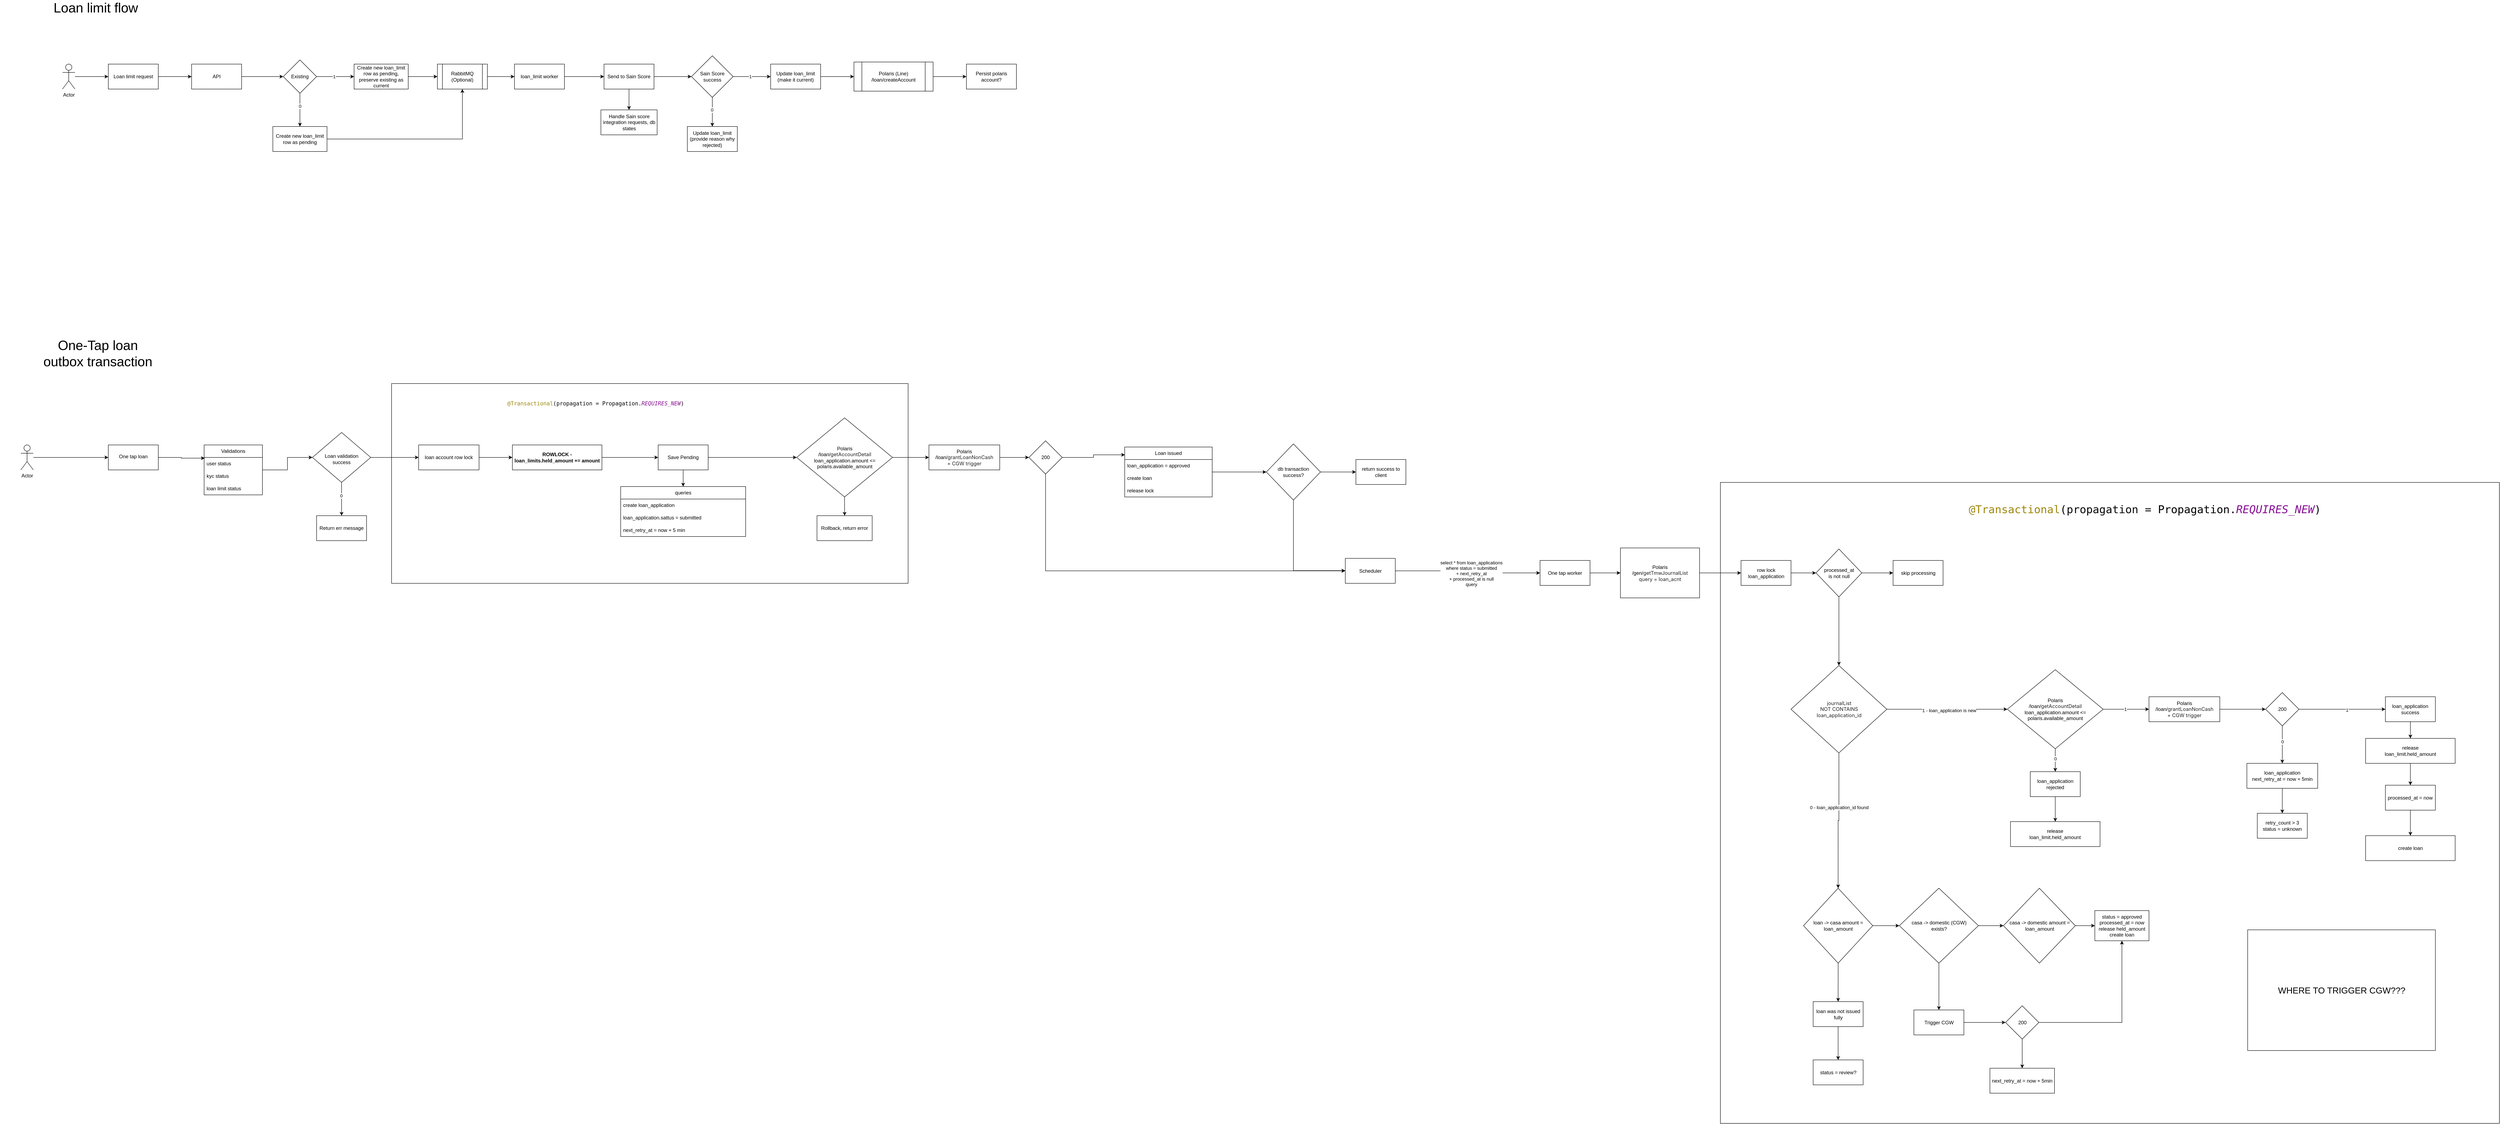
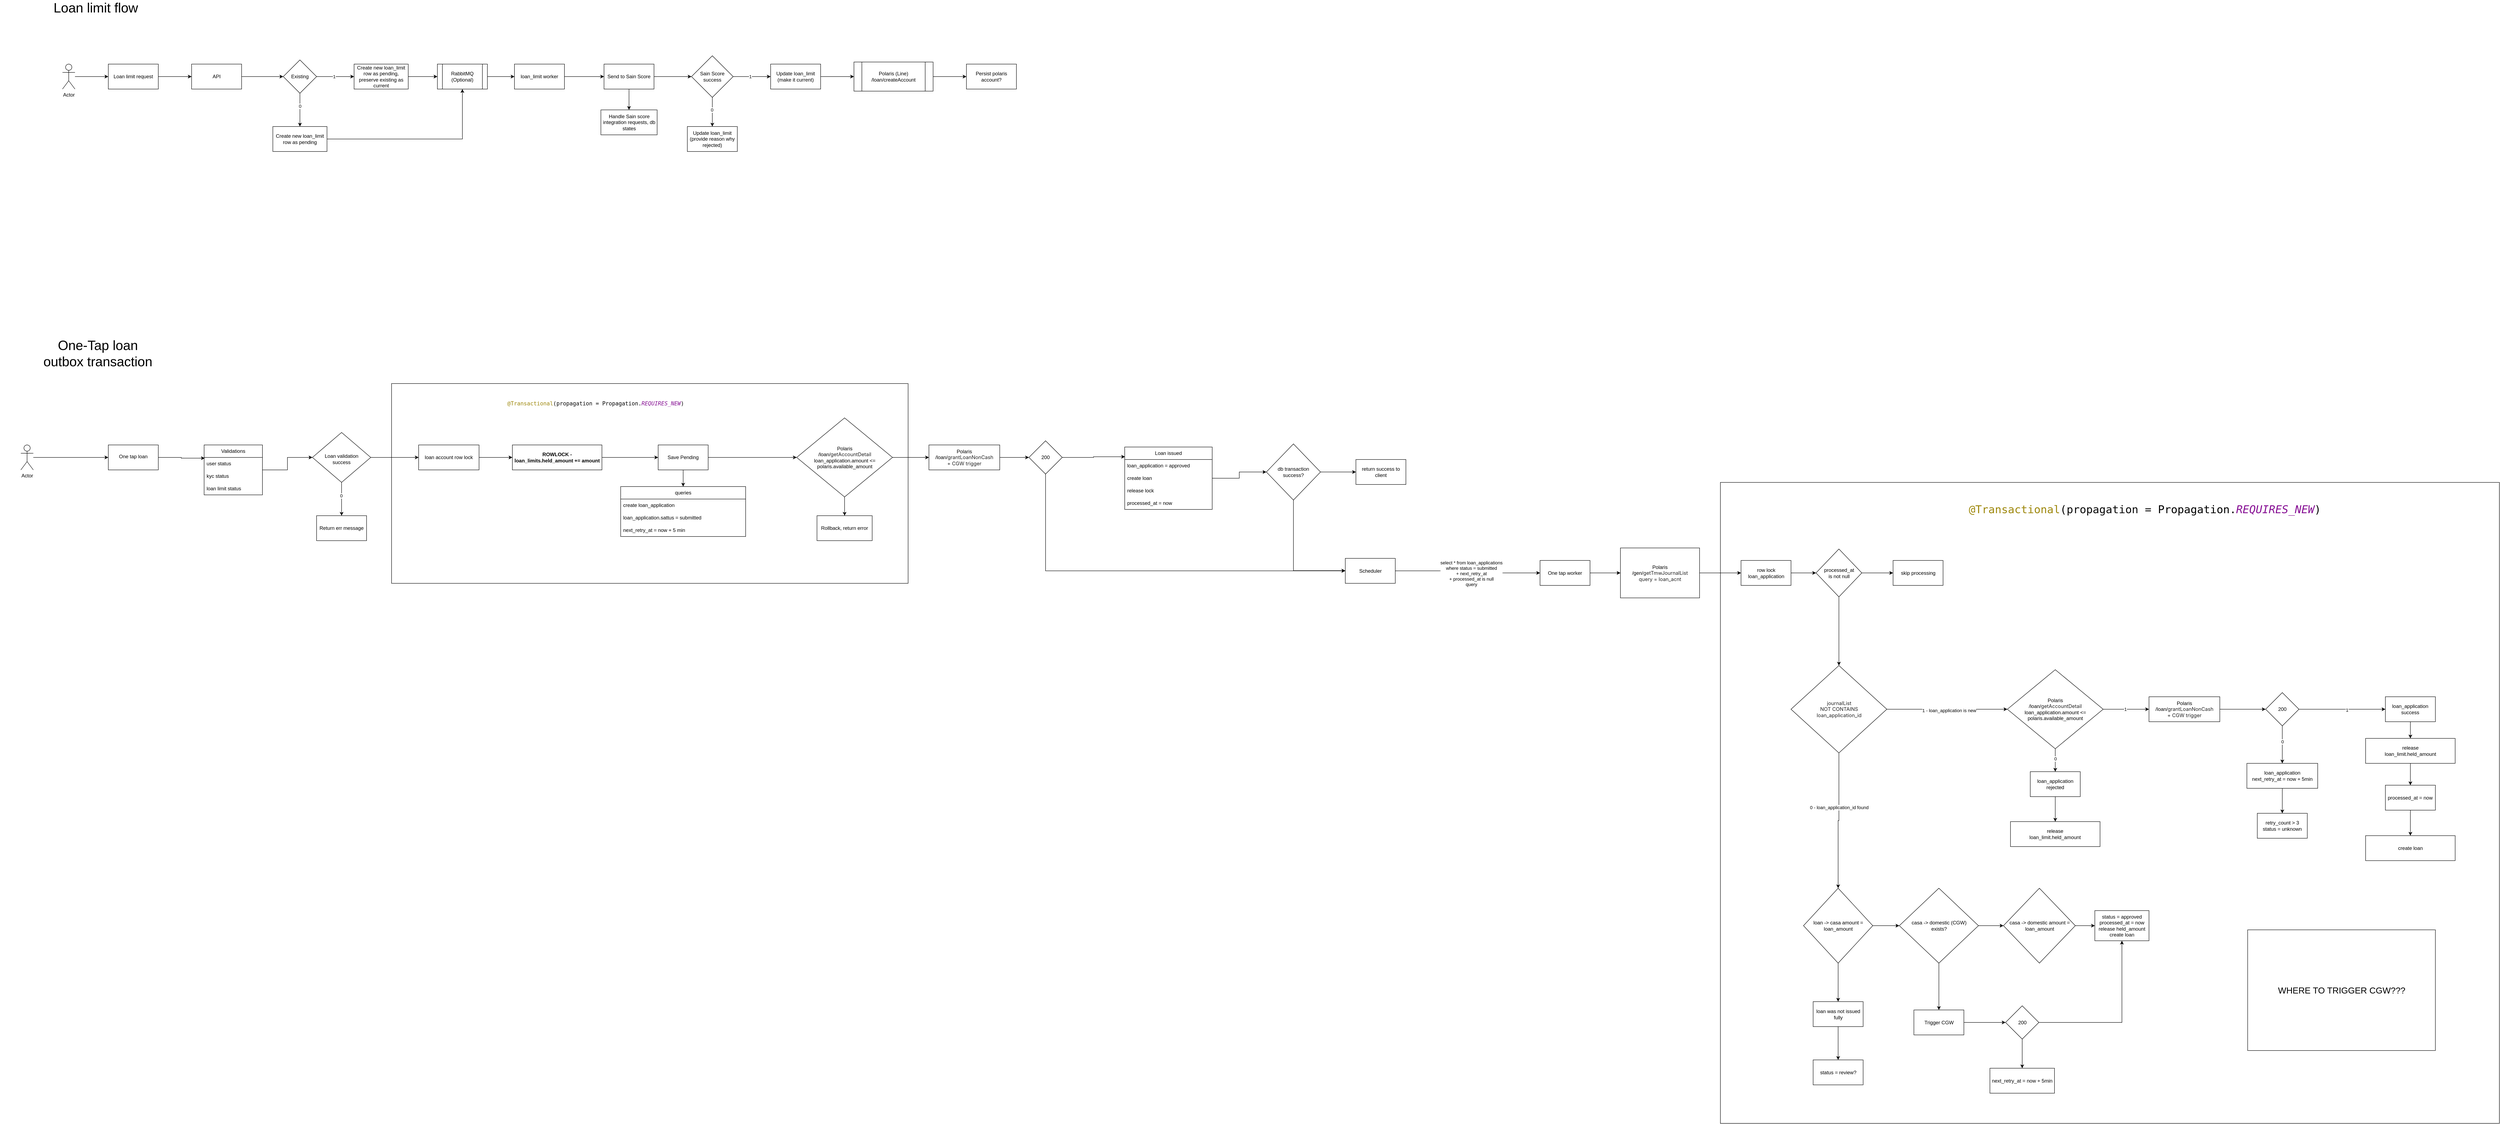
<mxfile host="app.diagrams.net">
  <diagram name="Page-1" id="VCBSuIh8bz7kurrQ0Zaz">
    <mxGraphModel dx="2425" dy="921" grid="1" gridSize="10" guides="1" tooltips="1" connect="1" arrows="1" fold="1" page="1" pageScale="1" pageWidth="850" pageHeight="1100" math="0" shadow="0">
      <root>
        <mxCell id="0" />
        <mxCell id="1" parent="0" />
        <mxCell id="In8fDh9ZLN2M87an2Miy-188" parent="1" style="rounded=0;whiteSpace=wrap;html=1;" value="" vertex="1">
          <mxGeometry height="1540" width="1870" x="4020" y="1215" as="geometry" />
        </mxCell>
        <mxCell id="In8fDh9ZLN2M87an2Miy-172" parent="1" style="rounded=0;whiteSpace=wrap;html=1;" value="" vertex="1">
          <mxGeometry height="480" width="1240" x="830" y="977.5" as="geometry" />
        </mxCell>
        <mxCell id="KqixbsF9o6dLofBvsG9t-5" edge="1" parent="1" source="KqixbsF9o6dLofBvsG9t-1" style="edgeStyle=orthogonalEdgeStyle;rounded=0;orthogonalLoop=1;jettySize=auto;html=1;" target="KqixbsF9o6dLofBvsG9t-4" value="">
          <mxGeometry relative="1" as="geometry" />
        </mxCell>
        <mxCell id="KqixbsF9o6dLofBvsG9t-1" parent="1" style="rounded=0;whiteSpace=wrap;html=1;" value="Loan limit request" vertex="1">
          <mxGeometry height="60" width="120" x="150" y="210" as="geometry" />
        </mxCell>
        <mxCell id="KqixbsF9o6dLofBvsG9t-3" edge="1" parent="1" source="KqixbsF9o6dLofBvsG9t-2" style="edgeStyle=orthogonalEdgeStyle;rounded=0;orthogonalLoop=1;jettySize=auto;html=1;" target="KqixbsF9o6dLofBvsG9t-1" value="">
          <mxGeometry relative="1" as="geometry" />
        </mxCell>
        <mxCell id="KqixbsF9o6dLofBvsG9t-2" parent="1" style="shape=umlActor;verticalLabelPosition=bottom;verticalAlign=top;html=1;outlineConnect=0;" value="Actor" vertex="1">
          <mxGeometry height="60" width="30" x="40" y="210" as="geometry" />
        </mxCell>
        <mxCell id="KqixbsF9o6dLofBvsG9t-9" edge="1" parent="1" source="KqixbsF9o6dLofBvsG9t-4" style="edgeStyle=orthogonalEdgeStyle;rounded=0;orthogonalLoop=1;jettySize=auto;html=1;" target="KqixbsF9o6dLofBvsG9t-8" value="">
          <mxGeometry relative="1" as="geometry" />
        </mxCell>
        <mxCell id="KqixbsF9o6dLofBvsG9t-4" parent="1" style="rounded=0;whiteSpace=wrap;html=1;" value="API" vertex="1">
          <mxGeometry height="60" width="120" x="350" y="210" as="geometry" />
        </mxCell>
        <mxCell id="KqixbsF9o6dLofBvsG9t-11" edge="1" parent="1" source="KqixbsF9o6dLofBvsG9t-8" style="edgeStyle=orthogonalEdgeStyle;rounded=0;orthogonalLoop=1;jettySize=auto;html=1;" target="KqixbsF9o6dLofBvsG9t-10" value="">
          <mxGeometry relative="1" as="geometry" />
        </mxCell>
        <mxCell id="KqixbsF9o6dLofBvsG9t-12" connectable="0" parent="KqixbsF9o6dLofBvsG9t-11" style="edgeLabel;html=1;align=center;verticalAlign=middle;resizable=0;points=[];" value="1" vertex="1">
          <mxGeometry relative="1" x="-0.079" as="geometry">
            <mxPoint as="offset" />
          </mxGeometry>
        </mxCell>
        <mxCell id="KqixbsF9o6dLofBvsG9t-14" edge="1" parent="1" source="KqixbsF9o6dLofBvsG9t-8" style="edgeStyle=orthogonalEdgeStyle;rounded=0;orthogonalLoop=1;jettySize=auto;html=1;" target="KqixbsF9o6dLofBvsG9t-13" value="">
          <mxGeometry relative="1" as="geometry" />
        </mxCell>
        <mxCell id="KqixbsF9o6dLofBvsG9t-15" connectable="0" parent="KqixbsF9o6dLofBvsG9t-14" style="edgeLabel;html=1;align=center;verticalAlign=middle;resizable=0;points=[];" value="0" vertex="1">
          <mxGeometry relative="1" x="-0.2407" as="geometry">
            <mxPoint as="offset" />
          </mxGeometry>
        </mxCell>
        <mxCell id="KqixbsF9o6dLofBvsG9t-8" parent="1" style="rhombus;whiteSpace=wrap;html=1;rounded=0;" value="Existing" vertex="1">
          <mxGeometry height="80" width="80" x="570" y="200" as="geometry" />
        </mxCell>
        <mxCell id="KqixbsF9o6dLofBvsG9t-23" edge="1" parent="1" source="KqixbsF9o6dLofBvsG9t-10" style="edgeStyle=orthogonalEdgeStyle;rounded=0;orthogonalLoop=1;jettySize=auto;html=1;" target="KqixbsF9o6dLofBvsG9t-22" value="">
          <mxGeometry relative="1" as="geometry" />
        </mxCell>
        <mxCell id="KqixbsF9o6dLofBvsG9t-10" parent="1" style="whiteSpace=wrap;html=1;rounded=0;" value="Create new loan_limit row as pending, preserve existing as current" vertex="1">
          <mxGeometry height="60" width="130" x="740" y="210" as="geometry" />
        </mxCell>
        <mxCell id="KqixbsF9o6dLofBvsG9t-26" edge="1" parent="1" source="KqixbsF9o6dLofBvsG9t-13" style="edgeStyle=orthogonalEdgeStyle;rounded=0;orthogonalLoop=1;jettySize=auto;html=1;entryX=0.5;entryY=1;entryDx=0;entryDy=0;" target="KqixbsF9o6dLofBvsG9t-22">
          <mxGeometry relative="1" as="geometry" />
        </mxCell>
        <mxCell id="KqixbsF9o6dLofBvsG9t-13" parent="1" style="whiteSpace=wrap;html=1;rounded=0;" value="Create new loan_limit row as pending" vertex="1">
          <mxGeometry height="60" width="130" x="545" y="360" as="geometry" />
        </mxCell>
        <mxCell id="KqixbsF9o6dLofBvsG9t-25" edge="1" parent="1" source="KqixbsF9o6dLofBvsG9t-22" style="edgeStyle=orthogonalEdgeStyle;rounded=0;orthogonalLoop=1;jettySize=auto;html=1;" target="KqixbsF9o6dLofBvsG9t-24" value="">
          <mxGeometry relative="1" as="geometry" />
        </mxCell>
        <mxCell id="KqixbsF9o6dLofBvsG9t-22" parent="1" style="shape=process;whiteSpace=wrap;html=1;backgroundOutline=1;rounded=0;" value="RabbitMQ (Optional)" vertex="1">
          <mxGeometry height="60" width="120" x="940" y="210" as="geometry" />
        </mxCell>
        <mxCell id="KqixbsF9o6dLofBvsG9t-28" edge="1" parent="1" source="KqixbsF9o6dLofBvsG9t-24" style="edgeStyle=orthogonalEdgeStyle;rounded=0;orthogonalLoop=1;jettySize=auto;html=1;" target="KqixbsF9o6dLofBvsG9t-27" value="">
          <mxGeometry relative="1" as="geometry" />
        </mxCell>
        <mxCell id="KqixbsF9o6dLofBvsG9t-24" parent="1" style="whiteSpace=wrap;html=1;rounded=0;" value="loan_limit worker" vertex="1">
          <mxGeometry height="60" width="120" x="1125" y="210" as="geometry" />
        </mxCell>
        <mxCell id="KqixbsF9o6dLofBvsG9t-30" edge="1" parent="1" source="KqixbsF9o6dLofBvsG9t-27" style="edgeStyle=orthogonalEdgeStyle;rounded=0;orthogonalLoop=1;jettySize=auto;html=1;" target="KqixbsF9o6dLofBvsG9t-29" value="">
          <mxGeometry relative="1" as="geometry" />
        </mxCell>
        <mxCell id="KqixbsF9o6dLofBvsG9t-38" edge="1" parent="1" source="KqixbsF9o6dLofBvsG9t-27" style="edgeStyle=orthogonalEdgeStyle;rounded=0;orthogonalLoop=1;jettySize=auto;html=1;" target="KqixbsF9o6dLofBvsG9t-37" value="">
          <mxGeometry relative="1" as="geometry" />
        </mxCell>
        <mxCell id="KqixbsF9o6dLofBvsG9t-27" parent="1" style="whiteSpace=wrap;html=1;rounded=0;" value="Send to Sain Score" vertex="1">
          <mxGeometry height="60" width="120" x="1340" y="210" as="geometry" />
        </mxCell>
        <mxCell id="KqixbsF9o6dLofBvsG9t-32" edge="1" parent="1" source="KqixbsF9o6dLofBvsG9t-29" style="edgeStyle=orthogonalEdgeStyle;rounded=0;orthogonalLoop=1;jettySize=auto;html=1;" target="KqixbsF9o6dLofBvsG9t-31" value="">
          <mxGeometry relative="1" as="geometry" />
        </mxCell>
        <mxCell id="KqixbsF9o6dLofBvsG9t-33" connectable="0" parent="KqixbsF9o6dLofBvsG9t-32" style="edgeLabel;html=1;align=center;verticalAlign=middle;resizable=0;points=[];" value="1" vertex="1">
          <mxGeometry relative="1" x="-0.1048" as="geometry">
            <mxPoint as="offset" />
          </mxGeometry>
        </mxCell>
        <mxCell id="KqixbsF9o6dLofBvsG9t-35" edge="1" parent="1" source="KqixbsF9o6dLofBvsG9t-29" style="edgeStyle=orthogonalEdgeStyle;rounded=0;orthogonalLoop=1;jettySize=auto;html=1;" target="KqixbsF9o6dLofBvsG9t-34" value="">
          <mxGeometry relative="1" as="geometry" />
        </mxCell>
        <mxCell id="KqixbsF9o6dLofBvsG9t-36" connectable="0" parent="KqixbsF9o6dLofBvsG9t-35" style="edgeLabel;html=1;align=center;verticalAlign=middle;resizable=0;points=[];" value="0" vertex="1">
          <mxGeometry relative="1" x="-0.1429" y="-1" as="geometry">
            <mxPoint as="offset" />
          </mxGeometry>
        </mxCell>
        <mxCell id="KqixbsF9o6dLofBvsG9t-29" parent="1" style="rhombus;whiteSpace=wrap;html=1;rounded=0;" value="Sain Score success" vertex="1">
          <mxGeometry height="100" width="100" x="1550" y="190" as="geometry" />
        </mxCell>
        <mxCell id="KqixbsF9o6dLofBvsG9t-66" edge="1" parent="1" source="KqixbsF9o6dLofBvsG9t-31" style="edgeStyle=orthogonalEdgeStyle;rounded=0;orthogonalLoop=1;jettySize=auto;html=1;" target="KqixbsF9o6dLofBvsG9t-65" value="">
          <mxGeometry relative="1" as="geometry" />
        </mxCell>
        <mxCell id="KqixbsF9o6dLofBvsG9t-31" parent="1" style="whiteSpace=wrap;html=1;rounded=0;" value="Update loan_limit (make it current)" vertex="1">
          <mxGeometry height="60" width="120" x="1740" y="210" as="geometry" />
        </mxCell>
        <mxCell id="KqixbsF9o6dLofBvsG9t-34" parent="1" style="whiteSpace=wrap;html=1;rounded=0;" value="Update loan_limit&lt;br&gt;(provide reason why rejected)" vertex="1">
          <mxGeometry height="60" width="120" x="1540" y="360" as="geometry" />
        </mxCell>
        <mxCell id="KqixbsF9o6dLofBvsG9t-37" parent="1" style="whiteSpace=wrap;html=1;rounded=0;" value="Handle Sain score integration requests, db states" vertex="1">
          <mxGeometry height="60" width="135" x="1332.5" y="320" as="geometry" />
        </mxCell>
        <mxCell id="KqixbsF9o6dLofBvsG9t-40" parent="1" style="text;html=1;whiteSpace=wrap;strokeColor=none;fillColor=none;align=center;verticalAlign=middle;rounded=0;fontSize=32;" value="Loan limit flow" vertex="1">
          <mxGeometry height="30" width="260" x="-10" y="60" as="geometry" />
        </mxCell>
        <mxCell id="KqixbsF9o6dLofBvsG9t-74" edge="1" parent="1" source="KqixbsF9o6dLofBvsG9t-65" style="edgeStyle=orthogonalEdgeStyle;rounded=0;orthogonalLoop=1;jettySize=auto;html=1;" target="KqixbsF9o6dLofBvsG9t-73" value="">
          <mxGeometry relative="1" as="geometry" />
        </mxCell>
        <mxCell id="KqixbsF9o6dLofBvsG9t-65" parent="1" style="shape=process;whiteSpace=wrap;html=1;backgroundOutline=1;rounded=0;" value="Polaris (Line)&lt;br&gt;/loan/createAccount" vertex="1">
          <mxGeometry height="70" width="190" x="1940" y="205" as="geometry" />
        </mxCell>
        <mxCell id="KqixbsF9o6dLofBvsG9t-73" parent="1" style="whiteSpace=wrap;html=1;rounded=0;" value="Persist polaris account?" vertex="1">
          <mxGeometry height="60" width="120" x="2210" y="210" as="geometry" />
        </mxCell>
        <mxCell id="U8Ajh8Gpa-m2DNKNFQys-1" parent="1" style="text;html=1;whiteSpace=wrap;strokeColor=none;fillColor=none;align=center;verticalAlign=middle;rounded=0;fontSize=32;" value="One-Tap loan&lt;br&gt;outbox transaction" vertex="1">
          <mxGeometry height="30" width="470" x="-110" y="890" as="geometry" />
        </mxCell>
        <mxCell id="In8fDh9ZLN2M87an2Miy-1" edge="1" parent="1" source="In8fDh9ZLN2M87an2Miy-2" style="edgeStyle=orthogonalEdgeStyle;rounded=0;orthogonalLoop=1;jettySize=auto;html=1;" target="In8fDh9ZLN2M87an2Miy-4" value="">
          <mxGeometry relative="1" as="geometry" />
        </mxCell>
        <mxCell id="In8fDh9ZLN2M87an2Miy-2" parent="1" style="shape=umlActor;verticalLabelPosition=bottom;verticalAlign=top;html=1;outlineConnect=0;" value="Actor" vertex="1">
          <mxGeometry height="60" width="30" x="-60" y="1125" as="geometry" />
        </mxCell>
        <mxCell id="In8fDh9ZLN2M87an2Miy-3" edge="1" parent="1" source="In8fDh9ZLN2M87an2Miy-4" style="edgeStyle=orthogonalEdgeStyle;rounded=0;orthogonalLoop=1;jettySize=auto;html=1;entryX=0.011;entryY=0.06;entryDx=0;entryDy=0;entryPerimeter=0;" target="In8fDh9ZLN2M87an2Miy-28" value="">
          <mxGeometry relative="1" as="geometry">
            <mxPoint x="360" y="1155" as="targetPoint" />
          </mxGeometry>
        </mxCell>
        <mxCell id="In8fDh9ZLN2M87an2Miy-4" parent="1" style="whiteSpace=wrap;html=1;verticalAlign=top;" value="&lt;div&gt;&lt;br&gt;&lt;/div&gt;&lt;div&gt;One tap loan&lt;/div&gt;" vertex="1">
          <mxGeometry height="60" width="120" x="150" y="1125" as="geometry" />
        </mxCell>
        <mxCell id="In8fDh9ZLN2M87an2Miy-7" edge="1" parent="1" source="In8fDh9ZLN2M87an2Miy-9" style="edgeStyle=orthogonalEdgeStyle;rounded=0;orthogonalLoop=1;jettySize=auto;html=1;" target="In8fDh9ZLN2M87an2Miy-13" value="">
          <mxGeometry relative="1" as="geometry" />
        </mxCell>
        <mxCell id="In8fDh9ZLN2M87an2Miy-8" connectable="0" parent="In8fDh9ZLN2M87an2Miy-7" style="edgeLabel;html=1;align=center;verticalAlign=middle;resizable=0;points=[];" value="0" vertex="1">
          <mxGeometry relative="1" x="-0.2091" y="-1" as="geometry">
            <mxPoint as="offset" />
          </mxGeometry>
        </mxCell>
        <mxCell id="In8fDh9ZLN2M87an2Miy-163" edge="1" parent="1" source="In8fDh9ZLN2M87an2Miy-9" style="edgeStyle=orthogonalEdgeStyle;rounded=0;orthogonalLoop=1;jettySize=auto;html=1;entryX=0;entryY=0.5;entryDx=0;entryDy=0;" target="In8fDh9ZLN2M87an2Miy-161">
          <mxGeometry relative="1" as="geometry" />
        </mxCell>
        <mxCell id="In8fDh9ZLN2M87an2Miy-9" parent="1" style="rhombus;whiteSpace=wrap;html=1;verticalAlign=top;" value="&lt;br&gt;&lt;br&gt;&lt;div&gt;&lt;br&gt;&lt;/div&gt;&lt;div&gt;Loan validation&lt;br&gt;success&lt;/div&gt;" vertex="1">
          <mxGeometry height="120" width="140" x="640" y="1095" as="geometry" />
        </mxCell>
        <mxCell id="In8fDh9ZLN2M87an2Miy-10" edge="1" parent="1" source="In8fDh9ZLN2M87an2Miy-12" style="edgeStyle=orthogonalEdgeStyle;rounded=0;orthogonalLoop=1;jettySize=auto;html=1;entryX=0.5;entryY=0;entryDx=0;entryDy=0;" target="In8fDh9ZLN2M87an2Miy-14">
          <mxGeometry relative="1" as="geometry" />
        </mxCell>
        <mxCell id="In8fDh9ZLN2M87an2Miy-54" edge="1" parent="1" source="In8fDh9ZLN2M87an2Miy-105" style="edgeStyle=orthogonalEdgeStyle;rounded=0;orthogonalLoop=1;jettySize=auto;html=1;exitX=1;exitY=0.5;exitDx=0;exitDy=0;" target="In8fDh9ZLN2M87an2Miy-53" value="">
          <mxGeometry relative="1" as="geometry">
            <mxPoint x="3329.5" y="1432.5" as="sourcePoint" />
          </mxGeometry>
        </mxCell>
        <mxCell id="In8fDh9ZLN2M87an2Miy-55" connectable="0" parent="In8fDh9ZLN2M87an2Miy-54" style="edgeLabel;html=1;align=center;verticalAlign=middle;resizable=0;points=[];" value="select * from loan_applications&lt;br&gt;where status = submitted&lt;br&gt;+ next_retry_at&lt;br&gt;+ processed_at is null&lt;br&gt;query" vertex="1">
          <mxGeometry relative="1" x="0.0637" y="-1" as="geometry">
            <mxPoint as="offset" />
          </mxGeometry>
        </mxCell>
        <mxCell id="In8fDh9ZLN2M87an2Miy-173" edge="1" parent="1" source="In8fDh9ZLN2M87an2Miy-12" style="edgeStyle=orthogonalEdgeStyle;rounded=0;orthogonalLoop=1;jettySize=auto;html=1;entryX=0;entryY=0.5;entryDx=0;entryDy=0;" target="In8fDh9ZLN2M87an2Miy-152">
          <mxGeometry relative="1" as="geometry" />
        </mxCell>
        <mxCell id="In8fDh9ZLN2M87an2Miy-12" parent="1" style="whiteSpace=wrap;html=1;verticalAlign=middle;" value="Save Pending" vertex="1">
          <mxGeometry height="60" width="120" x="1470" y="1125" as="geometry" />
        </mxCell>
        <mxCell id="In8fDh9ZLN2M87an2Miy-13" parent="1" style="whiteSpace=wrap;html=1;verticalAlign=middle;" value="Return err message" vertex="1">
          <mxGeometry height="60" width="120" x="650" y="1295" as="geometry" />
        </mxCell>
        <mxCell id="In8fDh9ZLN2M87an2Miy-14" parent="1" style="swimlane;fontStyle=0;childLayout=stackLayout;horizontal=1;startSize=30;horizontalStack=0;resizeParent=1;resizeParentMax=0;resizeLast=0;collapsible=1;marginBottom=0;whiteSpace=wrap;html=1;" value="queries" vertex="1">
          <mxGeometry height="120" width="300" x="1380" y="1225" as="geometry" />
        </mxCell>
        <mxCell id="In8fDh9ZLN2M87an2Miy-15" parent="In8fDh9ZLN2M87an2Miy-14" style="text;strokeColor=none;fillColor=none;align=left;verticalAlign=middle;spacingLeft=4;spacingRight=4;overflow=hidden;points=[[0,0.5],[1,0.5]];portConstraint=eastwest;rotatable=0;whiteSpace=wrap;html=1;" value="create loan_application" vertex="1">
          <mxGeometry height="30" width="300" y="30" as="geometry" />
        </mxCell>
        <mxCell id="In8fDh9ZLN2M87an2Miy-104" parent="In8fDh9ZLN2M87an2Miy-14" style="text;strokeColor=none;fillColor=none;align=left;verticalAlign=middle;spacingLeft=4;spacingRight=4;overflow=hidden;points=[[0,0.5],[1,0.5]];portConstraint=eastwest;rotatable=0;whiteSpace=wrap;html=1;" value="loan_application.sattus = submitted" vertex="1">
          <mxGeometry height="30" width="300" y="60" as="geometry" />
        </mxCell>
        <mxCell id="In8fDh9ZLN2M87an2Miy-17" parent="In8fDh9ZLN2M87an2Miy-14" style="text;strokeColor=none;fillColor=none;align=left;verticalAlign=middle;spacingLeft=4;spacingRight=4;overflow=hidden;points=[[0,0.5],[1,0.5]];portConstraint=eastwest;rotatable=0;whiteSpace=wrap;html=1;" value="next_retry_at = now + 5 min" vertex="1">
          <mxGeometry height="30" width="300" y="90" as="geometry" />
        </mxCell>
        <mxCell id="In8fDh9ZLN2M87an2Miy-32" edge="1" parent="1" source="In8fDh9ZLN2M87an2Miy-27" style="edgeStyle=orthogonalEdgeStyle;rounded=0;orthogonalLoop=1;jettySize=auto;html=1;entryX=0;entryY=0.5;entryDx=0;entryDy=0;" target="In8fDh9ZLN2M87an2Miy-9">
          <mxGeometry relative="1" as="geometry" />
        </mxCell>
        <mxCell id="In8fDh9ZLN2M87an2Miy-27" parent="1" style="swimlane;fontStyle=0;childLayout=stackLayout;horizontal=1;startSize=30;horizontalStack=0;resizeParent=1;resizeParentMax=0;resizeLast=0;collapsible=1;marginBottom=0;whiteSpace=wrap;html=1;" value="Validations" vertex="1">
          <mxGeometry height="120" width="140" x="380" y="1125" as="geometry" />
        </mxCell>
        <mxCell id="In8fDh9ZLN2M87an2Miy-28" parent="In8fDh9ZLN2M87an2Miy-27" style="text;strokeColor=none;fillColor=none;align=left;verticalAlign=middle;spacingLeft=4;spacingRight=4;overflow=hidden;points=[[0,0.5],[1,0.5]];portConstraint=eastwest;rotatable=0;whiteSpace=wrap;html=1;" value="user status" vertex="1">
          <mxGeometry height="30" width="140" y="30" as="geometry" />
        </mxCell>
        <mxCell id="In8fDh9ZLN2M87an2Miy-29" parent="In8fDh9ZLN2M87an2Miy-27" style="text;strokeColor=none;fillColor=none;align=left;verticalAlign=middle;spacingLeft=4;spacingRight=4;overflow=hidden;points=[[0,0.5],[1,0.5]];portConstraint=eastwest;rotatable=0;whiteSpace=wrap;html=1;" value="kyc status" vertex="1">
          <mxGeometry height="30" width="140" y="60" as="geometry" />
        </mxCell>
        <mxCell id="In8fDh9ZLN2M87an2Miy-33" parent="In8fDh9ZLN2M87an2Miy-27" style="text;strokeColor=none;fillColor=none;align=left;verticalAlign=middle;spacingLeft=4;spacingRight=4;overflow=hidden;points=[[0,0.5],[1,0.5]];portConstraint=eastwest;rotatable=0;whiteSpace=wrap;html=1;" value="loan limit status" vertex="1">
          <mxGeometry height="30" width="140" y="90" as="geometry" />
        </mxCell>
        <mxCell id="In8fDh9ZLN2M87an2Miy-116" edge="1" parent="1" source="In8fDh9ZLN2M87an2Miy-53" style="edgeStyle=orthogonalEdgeStyle;rounded=0;orthogonalLoop=1;jettySize=auto;html=1;entryX=0;entryY=0.5;entryDx=0;entryDy=0;" target="In8fDh9ZLN2M87an2Miy-68">
          <mxGeometry relative="1" as="geometry" />
        </mxCell>
        <mxCell id="In8fDh9ZLN2M87an2Miy-53" parent="1" style="whiteSpace=wrap;html=1;" value="One tap worker" vertex="1">
          <mxGeometry height="60" width="120" x="3587" y="1402.5" as="geometry" />
        </mxCell>
        <mxCell id="In8fDh9ZLN2M87an2Miy-67" edge="1" parent="1" source="In8fDh9ZLN2M87an2Miy-58" style="edgeStyle=orthogonalEdgeStyle;rounded=0;orthogonalLoop=1;jettySize=auto;html=1;entryX=0;entryY=0.5;entryDx=0;entryDy=0;" target="In8fDh9ZLN2M87an2Miy-66" value="">
          <mxGeometry relative="1" as="geometry">
            <mxPoint x="5343.87" y="1760" as="targetPoint" />
          </mxGeometry>
        </mxCell>
        <mxCell id="In8fDh9ZLN2M87an2Miy-58" parent="1" style="whiteSpace=wrap;html=1;" value="Polaris /loan/&lt;span style=&quot;color: rgb(33, 33, 33); font-family: Inter, system-ui, -apple-system, &amp;quot;system-ui&amp;quot;, &amp;quot;Segoe UI&amp;quot;, Roboto, Oxygen, Ubuntu, Cantarell, &amp;quot;Fira Sans&amp;quot;, &amp;quot;Droid Sans&amp;quot;, Helvetica, Arial, sans-serif; text-align: left; white-space: pre-wrap; background-color: rgb(255, 255, 255);&quot;&gt;grantLoanNonCash&lt;br/&gt;+ CGW trigger&lt;/span&gt;" vertex="1">
          <mxGeometry height="60" width="170" x="5048.87" y="1730" as="geometry" />
        </mxCell>
        <mxCell id="In8fDh9ZLN2M87an2Miy-62" edge="1" parent="1" source="In8fDh9ZLN2M87an2Miy-59" style="edgeStyle=orthogonalEdgeStyle;rounded=0;orthogonalLoop=1;jettySize=auto;html=1;" target="In8fDh9ZLN2M87an2Miy-61" value="">
          <mxGeometry relative="1" as="geometry" />
        </mxCell>
        <mxCell id="In8fDh9ZLN2M87an2Miy-91" connectable="0" parent="In8fDh9ZLN2M87an2Miy-62" style="edgeLabel;html=1;align=center;verticalAlign=middle;resizable=0;points=[];" value="0" vertex="1">
          <mxGeometry relative="1" x="-0.1431" as="geometry">
            <mxPoint as="offset" />
          </mxGeometry>
        </mxCell>
        <mxCell id="In8fDh9ZLN2M87an2Miy-65" edge="1" parent="1" source="In8fDh9ZLN2M87an2Miy-59" style="edgeStyle=orthogonalEdgeStyle;rounded=0;orthogonalLoop=1;jettySize=auto;html=1;" target="In8fDh9ZLN2M87an2Miy-58">
          <mxGeometry relative="1" as="geometry" />
        </mxCell>
        <mxCell id="In8fDh9ZLN2M87an2Miy-90" connectable="0" parent="In8fDh9ZLN2M87an2Miy-65" style="edgeLabel;html=1;align=center;verticalAlign=middle;resizable=0;points=[];" value="1" vertex="1">
          <mxGeometry relative="1" x="-0.0451" as="geometry">
            <mxPoint as="offset" />
          </mxGeometry>
        </mxCell>
        <mxCell id="In8fDh9ZLN2M87an2Miy-59" parent="1" style="rhombus;whiteSpace=wrap;html=1;" value="Polaris&lt;br&gt;/loan/&lt;span style=&quot;color: rgb(33, 33, 33); font-family: Inter, system-ui, -apple-system, &amp;quot;system-ui&amp;quot;, &amp;quot;Segoe UI&amp;quot;, Roboto, Oxygen, Ubuntu, Cantarell, &amp;quot;Fira Sans&amp;quot;, &amp;quot;Droid Sans&amp;quot;, Helvetica, Arial, sans-serif; text-align: left; white-space: pre-wrap; background-color: rgb(255, 255, 255);&quot;&gt;getAccountDetail&lt;/span&gt;&lt;br&gt;loan_application.amount &amp;lt;= polaris.available_amount" vertex="1">
          <mxGeometry height="190" width="230" x="4708.87" y="1665" as="geometry" />
        </mxCell>
        <mxCell id="In8fDh9ZLN2M87an2Miy-64" edge="1" parent="1" source="In8fDh9ZLN2M87an2Miy-61" style="edgeStyle=orthogonalEdgeStyle;rounded=0;orthogonalLoop=1;jettySize=auto;html=1;" target="In8fDh9ZLN2M87an2Miy-63" value="">
          <mxGeometry relative="1" as="geometry" />
        </mxCell>
        <mxCell id="In8fDh9ZLN2M87an2Miy-61" parent="1" style="whiteSpace=wrap;html=1;" value="loan_application&lt;br&gt;rejected" vertex="1">
          <mxGeometry height="60" width="120" x="4763.87" y="1910" as="geometry" />
        </mxCell>
        <mxCell id="In8fDh9ZLN2M87an2Miy-63" parent="1" style="whiteSpace=wrap;html=1;" value="release &lt;br&gt;loan_limit.held_amount" vertex="1">
          <mxGeometry height="60" width="215" x="4716.37" y="2030" as="geometry" />
        </mxCell>
        <mxCell id="In8fDh9ZLN2M87an2Miy-81" edge="1" parent="1" source="In8fDh9ZLN2M87an2Miy-66" style="edgeStyle=orthogonalEdgeStyle;rounded=0;orthogonalLoop=1;jettySize=auto;html=1;entryX=0;entryY=0.5;entryDx=0;entryDy=0;" target="In8fDh9ZLN2M87an2Miy-79">
          <mxGeometry relative="1" as="geometry" />
        </mxCell>
        <mxCell id="In8fDh9ZLN2M87an2Miy-92" connectable="0" parent="In8fDh9ZLN2M87an2Miy-81" style="edgeLabel;html=1;align=center;verticalAlign=middle;resizable=0;points=[];" value="1" vertex="1">
          <mxGeometry relative="1" x="0.1055" y="-2" as="geometry">
            <mxPoint as="offset" />
          </mxGeometry>
        </mxCell>
        <mxCell id="In8fDh9ZLN2M87an2Miy-83" edge="1" parent="1" source="In8fDh9ZLN2M87an2Miy-66" style="edgeStyle=orthogonalEdgeStyle;rounded=0;orthogonalLoop=1;jettySize=auto;html=1;" target="In8fDh9ZLN2M87an2Miy-82" value="">
          <mxGeometry relative="1" as="geometry" />
        </mxCell>
        <mxCell id="In8fDh9ZLN2M87an2Miy-93" connectable="0" parent="In8fDh9ZLN2M87an2Miy-83" style="edgeLabel;html=1;align=center;verticalAlign=middle;resizable=0;points=[];" value="0" vertex="1">
          <mxGeometry relative="1" x="-0.1623" as="geometry">
            <mxPoint as="offset" />
          </mxGeometry>
        </mxCell>
        <mxCell id="In8fDh9ZLN2M87an2Miy-66" parent="1" style="rhombus;whiteSpace=wrap;html=1;" value="200" vertex="1">
          <mxGeometry height="80" width="80" x="5328.87" y="1720" as="geometry" />
        </mxCell>
        <mxCell id="In8fDh9ZLN2M87an2Miy-119" edge="1" parent="1" source="In8fDh9ZLN2M87an2Miy-68" style="edgeStyle=orthogonalEdgeStyle;rounded=0;orthogonalLoop=1;jettySize=auto;html=1;" target="In8fDh9ZLN2M87an2Miy-118" value="">
          <mxGeometry relative="1" as="geometry" />
        </mxCell>
        <mxCell id="In8fDh9ZLN2M87an2Miy-68" parent="1" style="whiteSpace=wrap;html=1;" value="Polaris&lt;br&gt;/gen/&lt;span style=&quot;white-space: pre-wrap; color: rgb(33, 33, 33); font-family: Inter, system-ui, -apple-system, &amp;quot;system-ui&amp;quot;, &amp;quot;Segoe UI&amp;quot;, Roboto, Oxygen, Ubuntu, Cantarell, &amp;quot;Fira Sans&amp;quot;, &amp;quot;Droid Sans&amp;quot;, Helvetica, Arial, sans-serif; text-align: left; background-color: rgb(255, 255, 255);&quot;&gt;getTmwJournalList&lt;br&gt;query = loan_acnt&lt;/span&gt;" vertex="1">
          <mxGeometry height="120" width="190" x="3780" y="1372.5" as="geometry" />
        </mxCell>
        <mxCell id="In8fDh9ZLN2M87an2Miy-71" edge="1" parent="1" source="In8fDh9ZLN2M87an2Miy-69" style="edgeStyle=orthogonalEdgeStyle;rounded=0;orthogonalLoop=1;jettySize=auto;html=1;entryX=0;entryY=0.5;entryDx=0;entryDy=0;" target="In8fDh9ZLN2M87an2Miy-59">
          <mxGeometry relative="1" as="geometry" />
        </mxCell>
        <mxCell id="In8fDh9ZLN2M87an2Miy-77" connectable="0" parent="In8fDh9ZLN2M87an2Miy-71" style="edgeLabel;html=1;align=center;verticalAlign=middle;resizable=0;points=[];" value="1 - loan_application is new" vertex="1">
          <mxGeometry relative="1" x="0.0312" y="-3" as="geometry">
            <mxPoint as="offset" />
          </mxGeometry>
        </mxCell>
        <mxCell id="In8fDh9ZLN2M87an2Miy-73" edge="1" parent="1" source="In8fDh9ZLN2M87an2Miy-69" style="edgeStyle=orthogonalEdgeStyle;rounded=0;orthogonalLoop=1;jettySize=auto;html=1;entryX=0.5;entryY=0;entryDx=0;entryDy=0;" target="In8fDh9ZLN2M87an2Miy-111" value="">
          <mxGeometry relative="1" as="geometry">
            <mxPoint x="4303.87" y="1960" as="targetPoint" />
          </mxGeometry>
        </mxCell>
        <mxCell id="In8fDh9ZLN2M87an2Miy-74" connectable="0" parent="In8fDh9ZLN2M87an2Miy-73" style="edgeLabel;html=1;align=center;verticalAlign=middle;resizable=0;points=[];" value="0 - loan_application_id found" vertex="1">
          <mxGeometry relative="1" x="-0.1975" as="geometry">
            <mxPoint as="offset" />
          </mxGeometry>
        </mxCell>
        <mxCell id="In8fDh9ZLN2M87an2Miy-69" parent="1" style="rhombus;whiteSpace=wrap;html=1;verticalAlign=middle;" value="&lt;div style=&quot;text-align: center;&quot;&gt;&lt;span style=&quot;background-color: light-dark(rgb(255, 255, 255), rgb(18, 18, 18)); color: light-dark(rgb(33, 33, 33), rgb(209, 209, 209)); font-family: Inter, system-ui, -apple-system, &amp;quot;system-ui&amp;quot;, &amp;quot;Segoe UI&amp;quot;, Roboto, Oxygen, Ubuntu, Cantarell, &amp;quot;Fira Sans&amp;quot;, &amp;quot;Droid Sans&amp;quot;, Helvetica, Arial, sans-serif; text-align: left; white-space: pre-wrap;&quot;&gt;journalList&lt;br&gt;NOT CONTAINS&lt;/span&gt;&lt;/div&gt;&lt;span style=&quot;white-space: pre-wrap; color: rgb(33, 33, 33); font-family: Inter, system-ui, -apple-system, &amp;quot;system-ui&amp;quot;, &amp;quot;Segoe UI&amp;quot;, Roboto, Oxygen, Ubuntu, Cantarell, &amp;quot;Fira Sans&amp;quot;, &amp;quot;Droid Sans&amp;quot;, Helvetica, Arial, sans-serif; text-align: left; background-color: rgb(255, 255, 255);&quot;&gt;loan_application_id&lt;/span&gt;" vertex="1">
          <mxGeometry height="210" width="230" x="4189.5" y="1655" as="geometry" />
        </mxCell>
        <mxCell id="In8fDh9ZLN2M87an2Miy-78" edge="1" parent="1" source="In8fDh9ZLN2M87an2Miy-79" style="edgeStyle=orthogonalEdgeStyle;rounded=0;orthogonalLoop=1;jettySize=auto;html=1;" target="In8fDh9ZLN2M87an2Miy-80" value="">
          <mxGeometry relative="1" as="geometry" />
        </mxCell>
        <mxCell id="In8fDh9ZLN2M87an2Miy-79" parent="1" style="whiteSpace=wrap;html=1;" value="loan_application&lt;br&gt;success" vertex="1">
          <mxGeometry height="60" width="120" x="5616.37" y="1730" as="geometry" />
        </mxCell>
        <mxCell id="In8fDh9ZLN2M87an2Miy-132" edge="1" parent="1" source="In8fDh9ZLN2M87an2Miy-80" style="edgeStyle=orthogonalEdgeStyle;rounded=0;orthogonalLoop=1;jettySize=auto;html=1;" target="In8fDh9ZLN2M87an2Miy-131" value="">
          <mxGeometry relative="1" as="geometry" />
        </mxCell>
        <mxCell id="In8fDh9ZLN2M87an2Miy-80" parent="1" style="whiteSpace=wrap;html=1;" value="release &lt;br&gt;loan_limit.held_amount" vertex="1">
          <mxGeometry height="60" width="215" x="5568.87" y="1830" as="geometry" />
        </mxCell>
        <mxCell id="In8fDh9ZLN2M87an2Miy-95" edge="1" parent="1" source="In8fDh9ZLN2M87an2Miy-82" style="edgeStyle=orthogonalEdgeStyle;rounded=0;orthogonalLoop=1;jettySize=auto;html=1;" target="In8fDh9ZLN2M87an2Miy-94" value="">
          <mxGeometry relative="1" as="geometry" />
        </mxCell>
        <mxCell id="In8fDh9ZLN2M87an2Miy-82" parent="1" style="whiteSpace=wrap;html=1;" value="loan_application&lt;br&gt;next_retry_at = now + 5min" vertex="1">
          <mxGeometry height="60" width="170" x="5283.87" y="1890" as="geometry" />
        </mxCell>
        <mxCell id="In8fDh9ZLN2M87an2Miy-88" parent="1" style="whiteSpace=wrap;html=1;" value="create loan" vertex="1">
          <mxGeometry height="60" width="215" x="5568.87" y="2063.75" as="geometry" />
        </mxCell>
        <mxCell id="In8fDh9ZLN2M87an2Miy-94" parent="1" style="whiteSpace=wrap;html=1;" value="retry_count &amp;gt; 3&lt;br&gt;status = unknown" vertex="1">
          <mxGeometry height="60" width="120" x="5308.87" y="2010" as="geometry" />
        </mxCell>
        <mxCell id="In8fDh9ZLN2M87an2Miy-105" parent="1" style="rounded=0;whiteSpace=wrap;html=1;" value="Scheduler" vertex="1">
          <mxGeometry height="60" width="120" x="3119.5" y="1397.5" as="geometry" />
        </mxCell>
        <mxCell id="In8fDh9ZLN2M87an2Miy-127" edge="1" parent="1" source="In8fDh9ZLN2M87an2Miy-111" style="edgeStyle=orthogonalEdgeStyle;rounded=0;orthogonalLoop=1;jettySize=auto;html=1;" target="In8fDh9ZLN2M87an2Miy-126" value="">
          <mxGeometry relative="1" as="geometry" />
        </mxCell>
        <mxCell id="In8fDh9ZLN2M87an2Miy-135" edge="1" parent="1" source="In8fDh9ZLN2M87an2Miy-111" style="edgeStyle=orthogonalEdgeStyle;rounded=0;orthogonalLoop=1;jettySize=auto;html=1;entryX=0;entryY=0.5;entryDx=0;entryDy=0;" target="In8fDh9ZLN2M87an2Miy-134">
          <mxGeometry relative="1" as="geometry" />
        </mxCell>
        <mxCell id="In8fDh9ZLN2M87an2Miy-111" parent="1" style="rhombus;whiteSpace=wrap;html=1;" value="loan -&amp;gt; casa amount = loan_amount" vertex="1">
          <mxGeometry height="180" width="166.25" x="4219.5" y="2190" as="geometry" />
        </mxCell>
        <mxCell id="In8fDh9ZLN2M87an2Miy-113" parent="1" style="whiteSpace=wrap;html=1;" value="status = approved&lt;br&gt;processed_at = now&lt;br&gt;release held_amount&lt;br&gt;create loan" vertex="1">
          <mxGeometry height="72.5" width="130" x="4918.87" y="2243.75" as="geometry" />
        </mxCell>
        <mxCell id="In8fDh9ZLN2M87an2Miy-122" edge="1" parent="1" source="In8fDh9ZLN2M87an2Miy-118" style="edgeStyle=orthogonalEdgeStyle;rounded=0;orthogonalLoop=1;jettySize=auto;html=1;" target="In8fDh9ZLN2M87an2Miy-121" value="">
          <mxGeometry relative="1" as="geometry" />
        </mxCell>
        <mxCell id="In8fDh9ZLN2M87an2Miy-118" parent="1" style="whiteSpace=wrap;html=1;" value="row lock&lt;br&gt;loan_application" vertex="1">
          <mxGeometry height="60" width="120" x="4069.5" y="1402.5" as="geometry" />
        </mxCell>
        <mxCell id="In8fDh9ZLN2M87an2Miy-124" edge="1" parent="1" source="In8fDh9ZLN2M87an2Miy-121" style="edgeStyle=orthogonalEdgeStyle;rounded=0;orthogonalLoop=1;jettySize=auto;html=1;" target="In8fDh9ZLN2M87an2Miy-123" value="">
          <mxGeometry relative="1" as="geometry" />
        </mxCell>
        <mxCell id="In8fDh9ZLN2M87an2Miy-125" edge="1" parent="1" source="In8fDh9ZLN2M87an2Miy-121" style="edgeStyle=orthogonalEdgeStyle;rounded=0;orthogonalLoop=1;jettySize=auto;html=1;entryX=0.5;entryY=0;entryDx=0;entryDy=0;" target="In8fDh9ZLN2M87an2Miy-69">
          <mxGeometry relative="1" as="geometry" />
        </mxCell>
        <mxCell id="In8fDh9ZLN2M87an2Miy-121" parent="1" style="rhombus;whiteSpace=wrap;html=1;" value="processed_at &lt;br&gt;is not null" vertex="1">
          <mxGeometry height="115" width="110" x="4249.5" y="1375" as="geometry" />
        </mxCell>
        <mxCell id="In8fDh9ZLN2M87an2Miy-123" parent="1" style="whiteSpace=wrap;html=1;" value="skip processing" vertex="1">
          <mxGeometry height="60" width="120" x="4434.5" y="1402.5" as="geometry" />
        </mxCell>
        <mxCell id="In8fDh9ZLN2M87an2Miy-129" edge="1" parent="1" source="In8fDh9ZLN2M87an2Miy-126" style="edgeStyle=orthogonalEdgeStyle;rounded=0;orthogonalLoop=1;jettySize=auto;html=1;" target="In8fDh9ZLN2M87an2Miy-128" value="">
          <mxGeometry relative="1" as="geometry" />
        </mxCell>
        <mxCell id="In8fDh9ZLN2M87an2Miy-126" parent="1" style="whiteSpace=wrap;html=1;" value="loan was not issued fully" vertex="1">
          <mxGeometry height="60" width="120" x="4242.625" y="2462.5" as="geometry" />
        </mxCell>
        <mxCell id="In8fDh9ZLN2M87an2Miy-128" parent="1" style="whiteSpace=wrap;html=1;" value="status = review?" vertex="1">
          <mxGeometry height="60" width="120" x="4242.625" y="2602.5" as="geometry" />
        </mxCell>
        <mxCell id="In8fDh9ZLN2M87an2Miy-130" parent="1" style="rounded=0;whiteSpace=wrap;html=1;fontSize=21;" value="WHERE TO TRIGGER CGW???" vertex="1">
          <mxGeometry height="290" width="450.63" x="5285.74" y="2290" as="geometry" />
        </mxCell>
        <mxCell id="In8fDh9ZLN2M87an2Miy-133" edge="1" parent="1" source="In8fDh9ZLN2M87an2Miy-131" style="edgeStyle=orthogonalEdgeStyle;rounded=0;orthogonalLoop=1;jettySize=auto;html=1;" target="In8fDh9ZLN2M87an2Miy-88" value="">
          <mxGeometry relative="1" as="geometry" />
        </mxCell>
        <mxCell id="In8fDh9ZLN2M87an2Miy-131" parent="1" style="whiteSpace=wrap;html=1;" value="processed_at = now" vertex="1">
          <mxGeometry height="60" width="120" x="5616.37" y="1942.5" as="geometry" />
        </mxCell>
        <mxCell id="In8fDh9ZLN2M87an2Miy-141" edge="1" parent="1" source="In8fDh9ZLN2M87an2Miy-134" style="edgeStyle=orthogonalEdgeStyle;rounded=0;orthogonalLoop=1;jettySize=auto;html=1;entryX=0;entryY=0.5;entryDx=0;entryDy=0;" target="In8fDh9ZLN2M87an2Miy-139">
          <mxGeometry relative="1" as="geometry" />
        </mxCell>
        <mxCell id="In8fDh9ZLN2M87an2Miy-145" edge="1" parent="1" source="In8fDh9ZLN2M87an2Miy-134" style="edgeStyle=orthogonalEdgeStyle;rounded=0;orthogonalLoop=1;jettySize=auto;html=1;" target="In8fDh9ZLN2M87an2Miy-144" value="">
          <mxGeometry relative="1" as="geometry" />
        </mxCell>
        <mxCell id="In8fDh9ZLN2M87an2Miy-134" parent="1" style="rhombus;whiteSpace=wrap;html=1;" value="casa -&amp;gt; domestic (CGW)&lt;br&gt;exists?" vertex="1">
          <mxGeometry height="180" width="190" x="4449.5" y="2190" as="geometry" />
        </mxCell>
        <mxCell id="In8fDh9ZLN2M87an2Miy-142" edge="1" parent="1" source="In8fDh9ZLN2M87an2Miy-139" style="edgeStyle=orthogonalEdgeStyle;rounded=0;orthogonalLoop=1;jettySize=auto;html=1;entryX=0;entryY=0.5;entryDx=0;entryDy=0;" target="In8fDh9ZLN2M87an2Miy-113">
          <mxGeometry relative="1" as="geometry" />
        </mxCell>
        <mxCell id="In8fDh9ZLN2M87an2Miy-139" parent="1" style="rhombus;whiteSpace=wrap;html=1;" value="casa -&amp;gt; domestic amount = loan_amount" vertex="1">
          <mxGeometry height="180" width="172.5" x="4699.5" y="2190" as="geometry" />
        </mxCell>
        <mxCell id="In8fDh9ZLN2M87an2Miy-147" edge="1" parent="1" source="In8fDh9ZLN2M87an2Miy-144" style="edgeStyle=orthogonalEdgeStyle;rounded=0;orthogonalLoop=1;jettySize=auto;html=1;" target="In8fDh9ZLN2M87an2Miy-146" value="">
          <mxGeometry relative="1" as="geometry" />
        </mxCell>
        <mxCell id="In8fDh9ZLN2M87an2Miy-144" parent="1" style="whiteSpace=wrap;html=1;" value="Trigger CGW" vertex="1">
          <mxGeometry height="60" width="120" x="4484.5" y="2482.5" as="geometry" />
        </mxCell>
        <mxCell id="In8fDh9ZLN2M87an2Miy-148" edge="1" parent="1" source="In8fDh9ZLN2M87an2Miy-146" style="edgeStyle=orthogonalEdgeStyle;rounded=0;orthogonalLoop=1;jettySize=auto;html=1;entryX=0.5;entryY=1;entryDx=0;entryDy=0;" target="In8fDh9ZLN2M87an2Miy-113">
          <mxGeometry relative="1" as="geometry" />
        </mxCell>
        <mxCell id="In8fDh9ZLN2M87an2Miy-150" edge="1" parent="1" source="In8fDh9ZLN2M87an2Miy-146" style="edgeStyle=orthogonalEdgeStyle;rounded=0;orthogonalLoop=1;jettySize=auto;html=1;" target="In8fDh9ZLN2M87an2Miy-149" value="">
          <mxGeometry relative="1" as="geometry" />
        </mxCell>
        <mxCell id="In8fDh9ZLN2M87an2Miy-146" parent="1" style="rhombus;whiteSpace=wrap;html=1;" value="200" vertex="1">
          <mxGeometry height="80" width="80" x="4704.5" y="2472.5" as="geometry" />
        </mxCell>
        <mxCell id="In8fDh9ZLN2M87an2Miy-149" parent="1" style="whiteSpace=wrap;html=1;" value="next_retry_at = now + 5min" vertex="1">
          <mxGeometry height="60" width="155" x="4667" y="2622.5" as="geometry" />
        </mxCell>
        <mxCell id="In8fDh9ZLN2M87an2Miy-154" edge="1" parent="1" source="In8fDh9ZLN2M87an2Miy-152" style="edgeStyle=orthogonalEdgeStyle;rounded=0;orthogonalLoop=1;jettySize=auto;html=1;entryX=0;entryY=0.5;entryDx=0;entryDy=0;" target="In8fDh9ZLN2M87an2Miy-153">
          <mxGeometry relative="1" as="geometry" />
        </mxCell>
        <mxCell id="In8fDh9ZLN2M87an2Miy-176" edge="1" parent="1" source="In8fDh9ZLN2M87an2Miy-152" style="edgeStyle=orthogonalEdgeStyle;rounded=0;orthogonalLoop=1;jettySize=auto;html=1;" target="In8fDh9ZLN2M87an2Miy-175" value="">
          <mxGeometry relative="1" as="geometry" />
        </mxCell>
        <mxCell id="In8fDh9ZLN2M87an2Miy-152" parent="1" style="rhombus;whiteSpace=wrap;html=1;" value="Polaris&lt;br&gt;/loan/&lt;span style=&quot;color: rgb(33, 33, 33); font-family: Inter, system-ui, -apple-system, &amp;quot;system-ui&amp;quot;, &amp;quot;Segoe UI&amp;quot;, Roboto, Oxygen, Ubuntu, Cantarell, &amp;quot;Fira Sans&amp;quot;, &amp;quot;Droid Sans&amp;quot;, Helvetica, Arial, sans-serif; text-align: left; white-space: pre-wrap; background-color: rgb(255, 255, 255);&quot;&gt;getAccountDetail&lt;/span&gt;&lt;br&gt;loan_application.amount &amp;lt;= polaris.available_amount" vertex="1">
          <mxGeometry height="190" width="230" x="1802.5" y="1060" as="geometry" />
        </mxCell>
        <mxCell id="In8fDh9ZLN2M87an2Miy-158" edge="1" parent="1" source="In8fDh9ZLN2M87an2Miy-153" style="edgeStyle=orthogonalEdgeStyle;rounded=0;orthogonalLoop=1;jettySize=auto;html=1;entryX=0;entryY=0.5;entryDx=0;entryDy=0;" target="In8fDh9ZLN2M87an2Miy-157">
          <mxGeometry relative="1" as="geometry" />
        </mxCell>
        <mxCell id="In8fDh9ZLN2M87an2Miy-153" parent="1" style="whiteSpace=wrap;html=1;" value="Polaris /loan/&lt;span style=&quot;color: rgb(33, 33, 33); font-family: Inter, system-ui, -apple-system, &amp;quot;system-ui&amp;quot;, &amp;quot;Segoe UI&amp;quot;, Roboto, Oxygen, Ubuntu, Cantarell, &amp;quot;Fira Sans&amp;quot;, &amp;quot;Droid Sans&amp;quot;, Helvetica, Arial, sans-serif; text-align: left; white-space: pre-wrap; background-color: rgb(255, 255, 255);&quot;&gt;grantLoanNonCash&lt;br/&gt;+ CGW trigger&lt;/span&gt;" vertex="1">
          <mxGeometry height="60" width="170" x="2120" y="1125" as="geometry" />
        </mxCell>
        <mxCell id="In8fDh9ZLN2M87an2Miy-177" edge="1" parent="1" source="In8fDh9ZLN2M87an2Miy-157" style="edgeStyle=orthogonalEdgeStyle;rounded=0;orthogonalLoop=1;jettySize=auto;html=1;entryX=0;entryY=0.5;entryDx=0;entryDy=0;" target="In8fDh9ZLN2M87an2Miy-105">
          <mxGeometry relative="1" as="geometry">
            <Array as="points">
              <mxPoint x="2400" y="1427" />
            </Array>
            <mxPoint x="2809.5" y="1427.5" as="targetPoint" />
          </mxGeometry>
        </mxCell>
        <mxCell id="In8fDh9ZLN2M87an2Miy-157" parent="1" style="rhombus;whiteSpace=wrap;html=1;" value="200" vertex="1">
          <mxGeometry height="80" width="80" x="2360" y="1115" as="geometry" />
        </mxCell>
        <mxCell id="In8fDh9ZLN2M87an2Miy-164" edge="1" parent="1" source="In8fDh9ZLN2M87an2Miy-161" style="edgeStyle=orthogonalEdgeStyle;rounded=0;orthogonalLoop=1;jettySize=auto;html=1;" target="In8fDh9ZLN2M87an2Miy-162" value="">
          <mxGeometry relative="1" as="geometry" />
        </mxCell>
        <mxCell id="In8fDh9ZLN2M87an2Miy-161" parent="1" style="rounded=0;whiteSpace=wrap;html=1;" value="loan account row lock" vertex="1">
          <mxGeometry height="60" width="145" x="895" y="1125" as="geometry" />
        </mxCell>
        <mxCell id="In8fDh9ZLN2M87an2Miy-165" edge="1" parent="1" source="In8fDh9ZLN2M87an2Miy-162" style="edgeStyle=orthogonalEdgeStyle;rounded=0;orthogonalLoop=1;jettySize=auto;html=1;" target="In8fDh9ZLN2M87an2Miy-12">
          <mxGeometry relative="1" as="geometry" />
        </mxCell>
        <mxCell id="In8fDh9ZLN2M87an2Miy-162" parent="1" style="rounded=0;whiteSpace=wrap;html=1;" value="&lt;span style=&quot;font-weight: 700; text-align: left;&quot;&gt;ROWLOCK - loan_limits.held_amount += amount&lt;/span&gt;" vertex="1">
          <mxGeometry height="60" width="215" x="1120" y="1125" as="geometry" />
        </mxCell>
        <mxCell id="In8fDh9ZLN2M87an2Miy-184" edge="1" parent="1" source="In8fDh9ZLN2M87an2Miy-166" style="edgeStyle=orthogonalEdgeStyle;rounded=0;orthogonalLoop=1;jettySize=auto;html=1;" target="In8fDh9ZLN2M87an2Miy-183" value="">
          <mxGeometry relative="1" as="geometry" />
        </mxCell>
        <mxCell id="In8fDh9ZLN2M87an2Miy-166" parent="1" style="swimlane;fontStyle=0;childLayout=stackLayout;horizontal=1;startSize=30;horizontalStack=0;resizeParent=1;resizeParentMax=0;resizeLast=0;collapsible=1;marginBottom=0;whiteSpace=wrap;html=1;" value="Loan issued" vertex="1">
-           <mxGeometry height="120" width="210" x="2590" y="1130" as="geometry" />
+           <mxGeometry height="150" width="210" x="2590" y="1130" as="geometry" />
        </mxCell>
        <mxCell id="In8fDh9ZLN2M87an2Miy-167" parent="In8fDh9ZLN2M87an2Miy-166" style="text;strokeColor=none;fillColor=none;align=left;verticalAlign=middle;spacingLeft=4;spacingRight=4;overflow=hidden;points=[[0,0.5],[1,0.5]];portConstraint=eastwest;rotatable=0;whiteSpace=wrap;html=1;" value="loan_application = approved" vertex="1">
          <mxGeometry height="30" width="210" y="30" as="geometry" />
        </mxCell>
        <mxCell id="In8fDh9ZLN2M87an2Miy-168" parent="In8fDh9ZLN2M87an2Miy-166" style="text;strokeColor=none;fillColor=none;align=left;verticalAlign=middle;spacingLeft=4;spacingRight=4;overflow=hidden;points=[[0,0.5],[1,0.5]];portConstraint=eastwest;rotatable=0;whiteSpace=wrap;html=1;" value="create loan" vertex="1">
          <mxGeometry height="30" width="210" y="60" as="geometry" />
        </mxCell>
        <mxCell id="In8fDh9ZLN2M87an2Miy-169" parent="In8fDh9ZLN2M87an2Miy-166" style="text;strokeColor=none;fillColor=none;align=left;verticalAlign=middle;spacingLeft=4;spacingRight=4;overflow=hidden;points=[[0,0.5],[1,0.5]];portConstraint=eastwest;rotatable=0;whiteSpace=wrap;html=1;" value="release lock" vertex="1">
          <mxGeometry height="30" width="210" y="90" as="geometry" />
+         </mxCell>
+         <mxCell id="In8fDh9ZLN2M87an2Miy-191" parent="In8fDh9ZLN2M87an2Miy-166" style="text;strokeColor=none;fillColor=none;align=left;verticalAlign=middle;spacingLeft=4;spacingRight=4;overflow=hidden;points=[[0,0.5],[1,0.5]];portConstraint=eastwest;rotatable=0;whiteSpace=wrap;html=1;" value="processed_at = now" vertex="1">
+           <mxGeometry height="30" width="210" y="120" as="geometry" />
        </mxCell>
        <mxCell id="In8fDh9ZLN2M87an2Miy-170" edge="1" parent="1" source="In8fDh9ZLN2M87an2Miy-157" style="edgeStyle=orthogonalEdgeStyle;rounded=0;orthogonalLoop=1;jettySize=auto;html=1;entryX=0.003;entryY=0.156;entryDx=0;entryDy=0;entryPerimeter=0;" target="In8fDh9ZLN2M87an2Miy-166">
          <mxGeometry relative="1" as="geometry" />
        </mxCell>
        <mxCell id="In8fDh9ZLN2M87an2Miy-174" parent="1" style="text;html=1;whiteSpace=wrap;strokeColor=none;fillColor=none;align=center;verticalAlign=middle;rounded=0;" value="&lt;div style=&quot;background-color:#ffffff;color:#080808&quot;&gt;&lt;pre style=&quot;font-family:&#39;JetBrains Mono&#39;,monospace;font-size:9.8pt;&quot;&gt;&lt;span style=&quot;color:#9e880d;&quot;&gt;@Transactional&lt;/span&gt;(propagation = &lt;span style=&quot;color:#000000;&quot;&gt;Propagation&lt;/span&gt;.&lt;span style=&quot;color:#871094;font-style:italic;&quot;&gt;REQUIRES_NEW&lt;/span&gt;)&lt;/pre&gt;&lt;/div&gt;" vertex="1">
          <mxGeometry height="30" width="240" x="1200" y="1010" as="geometry" />
        </mxCell>
        <mxCell id="In8fDh9ZLN2M87an2Miy-175" parent="1" style="whiteSpace=wrap;html=1;" value="Rollback, return error" vertex="1">
          <mxGeometry height="60" width="132.5" x="1851.25" y="1295" as="geometry" />
        </mxCell>
        <mxCell id="In8fDh9ZLN2M87an2Miy-186" edge="1" parent="1" source="In8fDh9ZLN2M87an2Miy-183" style="edgeStyle=orthogonalEdgeStyle;rounded=0;orthogonalLoop=1;jettySize=auto;html=1;" target="In8fDh9ZLN2M87an2Miy-185" value="">
          <mxGeometry relative="1" as="geometry" />
        </mxCell>
        <mxCell id="In8fDh9ZLN2M87an2Miy-187" edge="1" parent="1" source="In8fDh9ZLN2M87an2Miy-183" style="edgeStyle=orthogonalEdgeStyle;rounded=0;orthogonalLoop=1;jettySize=auto;html=1;" target="In8fDh9ZLN2M87an2Miy-105">
          <mxGeometry relative="1" as="geometry">
            <Array as="points">
              <mxPoint x="2995" y="1427" />
            </Array>
          </mxGeometry>
        </mxCell>
        <mxCell id="In8fDh9ZLN2M87an2Miy-183" parent="1" style="rhombus;whiteSpace=wrap;html=1;fontStyle=0;startSize=30;horizontal=1;" value="db transaction success?" vertex="1">
          <mxGeometry height="135" width="130" x="2930" y="1122.5" as="geometry" />
        </mxCell>
        <mxCell id="In8fDh9ZLN2M87an2Miy-185" parent="1" style="whiteSpace=wrap;html=1;fontStyle=0;startSize=30;horizontal=1;" value="return success to client" vertex="1">
          <mxGeometry height="60" width="120" x="3145" y="1160" as="geometry" />
        </mxCell>
        <mxCell id="In8fDh9ZLN2M87an2Miy-189" parent="1" style="text;html=1;whiteSpace=wrap;strokeColor=none;fillColor=none;align=center;verticalAlign=middle;rounded=0;fontSize=26;" value="&lt;div style=&quot;background-color:#ffffff;color:#080808&quot;&gt;&lt;pre style=&quot;font-family: &amp;quot;JetBrains Mono&amp;quot;, monospace;&quot;&gt;&lt;span style=&quot;color:#9e880d;&quot;&gt;@Transactional&lt;/span&gt;(propagation = &lt;span style=&quot;color:#000000;&quot;&gt;Propagation&lt;/span&gt;.&lt;span style=&quot;color:#871094;font-style:italic;&quot;&gt;REQUIRES_NEW&lt;/span&gt;)&lt;/pre&gt;&lt;/div&gt;" vertex="1">
          <mxGeometry height="30" width="240" x="4918.87" y="1265" as="geometry" />
        </mxCell>
      </root>
    </mxGraphModel>
  </diagram>
</mxfile>
